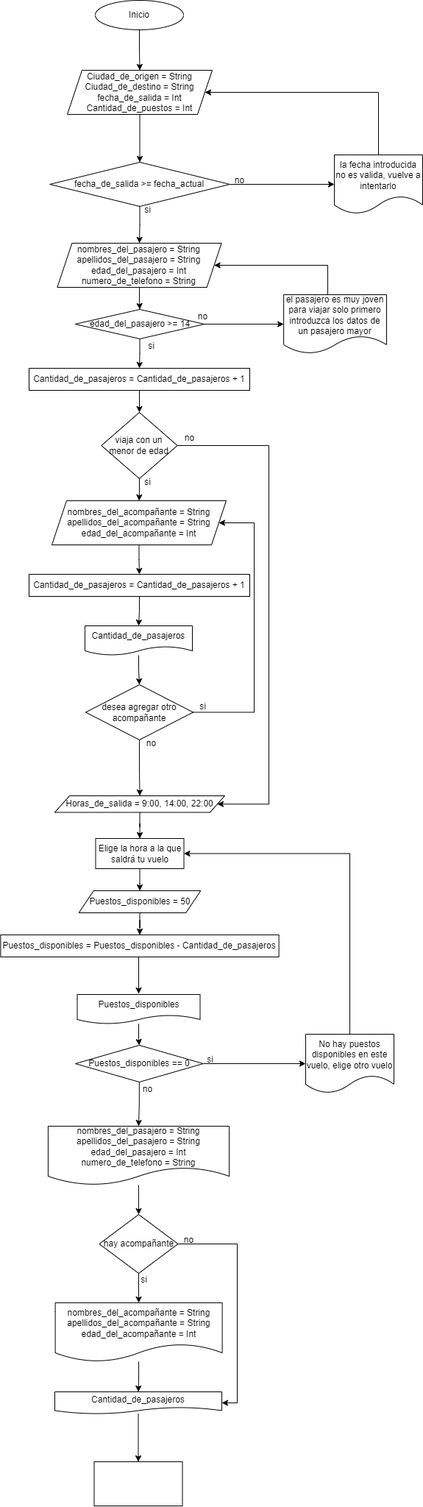
This is Venta de tiquetes.png from dasamepu/Flujo-de-funciones-para-encapsular-algoritmos, a draw.io export, as it was before one commit. Source tidied: cells renumbered, new cells last; positions are measured from the earlier drawing's top-left corner, leaving out a move shared by most shapes.
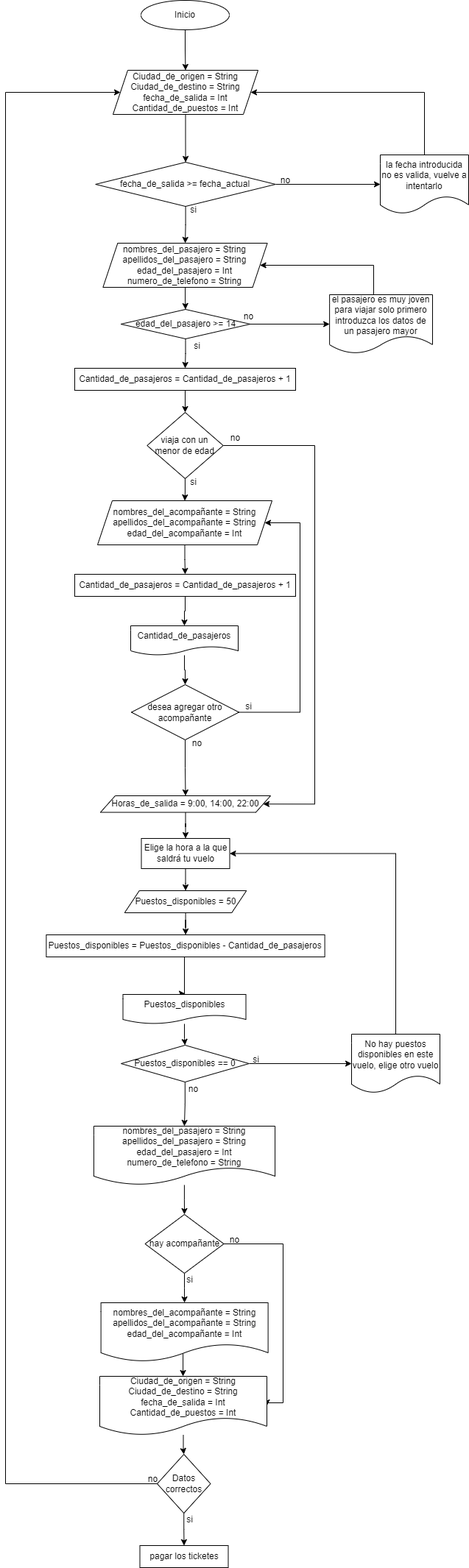
After the commit.

The edit, as a diff of the source:
```diff
@@ -216,7 +216,7 @@
     <mxCell id="61" value="hay acompañante" style="rhombus;whiteSpace=wrap;html=1;" parent="1" vertex="1">
       <mxGeometry x="134.5" y="1650" width="107" height="80" as="geometry" />
     </mxCell>
-    <mxCell id="62" style="edgeStyle=orthogonalEdgeStyle;rounded=0;jettySize=auto;html=1;" parent="1" edge="1" source="63" target="67">
+    <mxCell id="62" style="edgeStyle=orthogonalEdgeStyle;rounded=0;jettySize=auto;html=1;exitX=0.491;exitY=0.863;exitDx=0;exitDy=0;exitPerimeter=0;" parent="1" edge="1" source="63" target="67">
       <mxGeometry relative="1" as="geometry" />
     </mxCell>
     <mxCell id="63" value="nombres_del_acompañante = String&lt;br&gt;apellidos_del_acompañante&amp;nbsp;= String&lt;br&gt;edad_del_acompañante&amp;nbsp;= Int" style="shape=document;whiteSpace=wrap;html=1;boundedLbl=1;" parent="1" vertex="1">
@@ -228,14 +228,34 @@
     <mxCell id="65" value="no" style="text;html=1;align=center;verticalAlign=middle;strokeColor=none;fillColor=none;" parent="1" vertex="1">
       <mxGeometry x="235.7" y="1670" width="40" height="30" as="geometry" />
     </mxCell>
-    <mxCell id="66" style="edgeStyle=orthogonalEdgeStyle;rounded=0;jettySize=auto;html=1;" parent="1" edge="1" source="67" target="68">
-      <mxGeometry relative="1" as="geometry" />
-    </mxCell>
+    <mxCell id="69" style="edgeStyle=orthogonalEdgeStyle;rounded=0;jettySize=auto;html=1;entryX=0.5;entryY=0;entryDx=0;entryDy=0;" parent="1" edge="1" source="67" target="72">
+      <mxGeometry relative="1" as="geometry" />
+    </mxCell>
-    <mxCell id="67" value="Cantidad_de_pasajeros" style="shape=document;whiteSpace=wrap;html=1;boundedLbl=1;" parent="1" vertex="1">
-      <mxGeometry x="74" y="1891" width="227" height="30" as="geometry" />
+    <mxCell id="67" value="Ciudad_de_origen = String&lt;br&gt;Ciudad_de_destino = String&lt;br&gt;fecha_de_salida = Int&lt;br&gt;Cantidad_de_puestos = Int" style="shape=document;whiteSpace=wrap;html=1;boundedLbl=1;" parent="1" vertex="1">
+      <mxGeometry x="73" y="1870" width="227" height="80" as="geometry" />
     </mxCell>
-    <mxCell id="68" style="whiteSpace=wrap;html=1;" parent="1" vertex="1">
-      <mxGeometry x="127.5" y="1986" width="120" height="60" as="geometry" />
-    </mxCell>
+    <mxCell id="70" style="edgeStyle=orthogonalEdgeStyle;rounded=0;jettySize=auto;html=1;" parent="1" edge="1" source="72" target="73">
+      <mxGeometry relative="1" as="geometry" />
+    </mxCell>
+    <mxCell id="71" style="edgeStyle=orthogonalEdgeStyle;rounded=0;jettySize=auto;html=1;entryX=0;entryY=0.5;entryDx=0;entryDy=0;" parent="1" edge="1" source="72" target="5">
+      <mxGeometry relative="1" as="geometry">
+        <Array as="points">
+          <mxPoint x="-55" y="2016" />
+          <mxPoint x="-55" y="125" />
+        </Array>
+      </mxGeometry>
+    </mxCell>
+    <mxCell id="72" value="Datos correctos" style="rhombus;whiteSpace=wrap;html=1;" parent="1" vertex="1">
+      <mxGeometry x="151" y="1976" width="72.5" height="80" as="geometry" />
+    </mxCell>
+    <mxCell id="73" value="pagar los ticketes" style="whiteSpace=wrap;html=1;" parent="1" vertex="1">
+      <mxGeometry x="127.5" y="2100" width="120" height="30" as="geometry" />
+    </mxCell>
+    <mxCell id="74" value="no" style="text;html=1;align=center;verticalAlign=middle;strokeColor=none;fillColor=none;" parent="1" vertex="1">
+      <mxGeometry x="125" y="1995" width="40" height="30" as="geometry" />
+    </mxCell>
+    <mxCell id="75" value="si" style="text;html=1;align=center;verticalAlign=middle;strokeColor=none;fillColor=none;" parent="1" vertex="1">
+      <mxGeometry x="180" y="2050" width="30" height="30" as="geometry" />
+    </mxCell>
   </root>
 </mxGraphModel>
```
